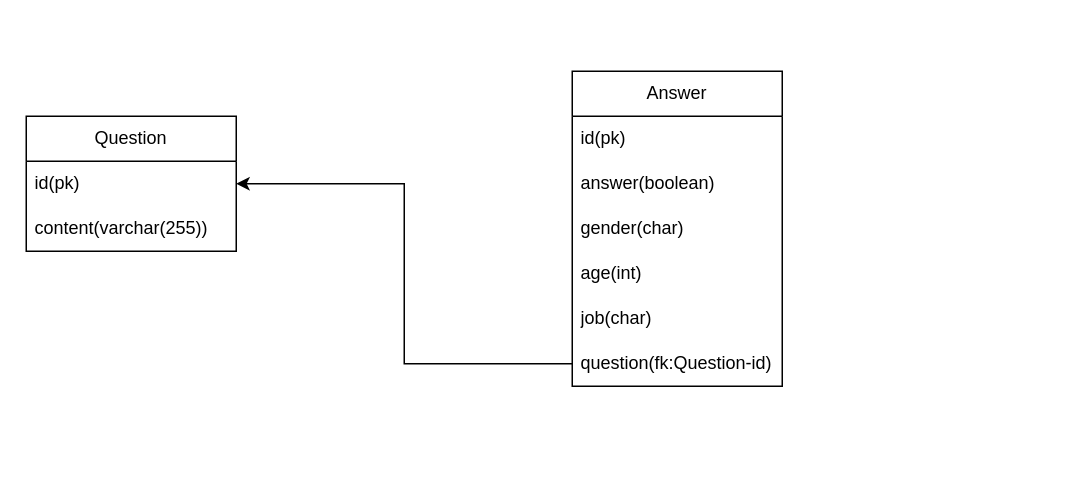
Earlier version of the draw.io diagram miniproject.drawio (Meoyoug/miniproject1). Source tidied: cells renumbered, new cells numbered last; positions are measured from the earlier drawing's top-left corner, leaving out a move shared by most shapes. Both pictures are drawn from the tidied source at 150%, with x=0, y=0 at pixel (26, 70).
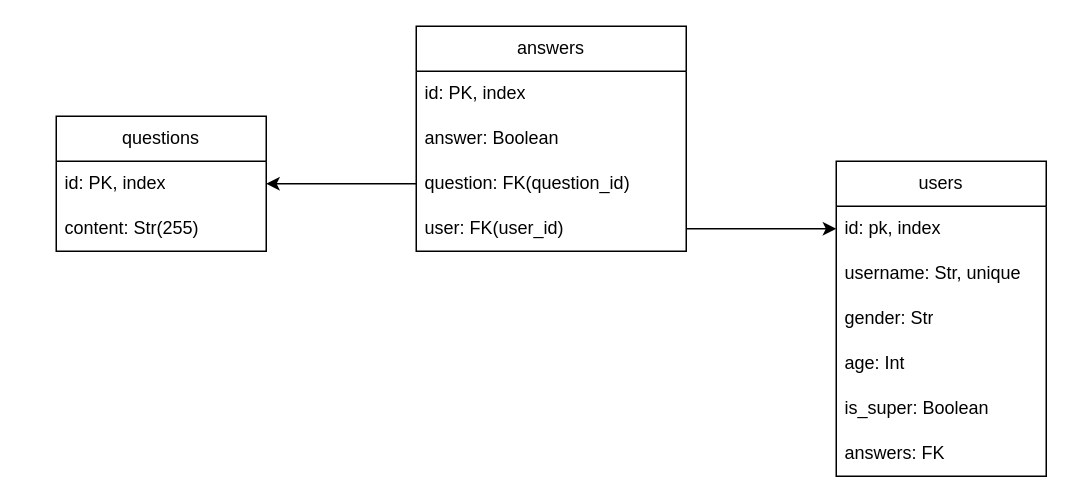
After the change.

What changed in the source:
```diff
@@
 <mxGraphModel>
   <root>
     <mxCell id="0" />
     <mxCell id="1" parent="0" />
-    <mxCell id="2" value="Question" style="swimlane;fontStyle=0;horizontal=1;startSize=30;whiteSpace=wrap;html=1;" parent="1" vertex="1">
-      <mxGeometry y="30" width="140" height="90" as="geometry" />
+    <mxCell id="2" value="questions" style="swimlane;fontStyle=0;horizontal=1;startSize=30;whiteSpace=wrap;html=1;" parent="1" vertex="1">
+      <mxGeometry x="20" y="30" width="140" height="90" as="geometry" />
     </mxCell>
-    <mxCell id="3" value="id(pk)" style="text;strokeColor=none;fillColor=none;align=left;verticalAlign=middle;spacingLeft=4;spacingRight=4;overflow=hidden;points=[[0,0.5],[1,0.5]];portConstraint=eastwest;whiteSpace=wrap;html=1;" parent="2" vertex="1">
+    <mxCell id="3" value="id: PK, index" style="text;strokeColor=none;fillColor=none;align=left;verticalAlign=middle;spacingLeft=4;spacingRight=4;overflow=hidden;points=[[0,0.5],[1,0.5]];portConstraint=eastwest;whiteSpace=wrap;html=1;" parent="2" vertex="1">
       <mxGeometry y="30" width="140" height="30" as="geometry" />
     </mxCell>
-    <mxCell id="4" value="content(varchar(255))" style="text;strokeColor=none;fillColor=none;align=left;verticalAlign=middle;spacingLeft=4;spacingRight=4;overflow=hidden;whiteSpace=wrap;html=1;" parent="2" vertex="1">
+    <mxCell id="4" value="content: Str(255)" style="text;strokeColor=none;fillColor=none;align=left;verticalAlign=middle;spacingLeft=4;spacingRight=4;overflow=hidden;whiteSpace=wrap;html=1;" parent="2" vertex="1">
       <mxGeometry y="60" width="140" height="30" as="geometry" />
     </mxCell>
-    <mxCell id="5" value="Answer" style="swimlane;fontStyle=0;horizontal=1;startSize=30;whiteSpace=wrap;html=1;" parent="1" vertex="1">
-      <mxGeometry x="364" width="140" height="210" as="geometry" />
+    <mxCell id="5" value="answers" style="swimlane;fontStyle=0;horizontal=1;startSize=30;whiteSpace=wrap;html=1;" parent="1" vertex="1">
+      <mxGeometry x="260" y="-30" width="180" height="150" as="geometry" />
     </mxCell>
-    <mxCell id="6" value="id(pk)" style="text;strokeColor=none;fillColor=none;align=left;verticalAlign=middle;spacingLeft=4;spacingRight=4;overflow=hidden;whiteSpace=wrap;html=1;" parent="5" vertex="1">
-      <mxGeometry y="30" width="140" height="30" as="geometry" />
+    <mxCell id="6" value="id: PK, index" style="text;strokeColor=none;fillColor=none;align=left;verticalAlign=middle;spacingLeft=4;spacingRight=4;overflow=hidden;whiteSpace=wrap;html=1;" parent="5" vertex="1">
+      <mxGeometry y="30" width="180" height="30" as="geometry" />
     </mxCell>
-    <mxCell id="7" value="answer(boolean)" style="text;strokeColor=none;fillColor=none;align=left;verticalAlign=middle;spacingLeft=4;spacingRight=4;overflow=hidden;whiteSpace=wrap;html=1;" parent="5" vertex="1">
-      <mxGeometry y="60" width="140" height="30" as="geometry" />
+    <mxCell id="7" value="answer: Boolean" style="text;strokeColor=none;fillColor=none;align=left;verticalAlign=middle;spacingLeft=4;spacingRight=4;overflow=hidden;whiteSpace=wrap;html=1;" parent="5" vertex="1">
+      <mxGeometry y="60" width="180" height="30" as="geometry" />
     </mxCell>
-    <mxCell id="8" value="gender(char)" style="text;strokeColor=none;fillColor=none;align=left;verticalAlign=middle;spacingLeft=4;spacingRight=4;overflow=hidden;whiteSpace=wrap;html=1;" parent="5" vertex="1">
-      <mxGeometry y="90" width="140" height="30" as="geometry" />
-    </mxCell>
-    <mxCell id="9" value="age(int)" style="text;strokeColor=none;fillColor=none;align=left;verticalAlign=middle;spacingLeft=4;spacingRight=4;overflow=hidden;whiteSpace=wrap;html=1;" parent="5" vertex="1">
-      <mxGeometry y="120" width="140" height="30" as="geometry" />
-    </mxCell>
-    <mxCell id="10" value="job(char)" style="text;strokeColor=none;fillColor=none;align=left;verticalAlign=middle;spacingLeft=4;spacingRight=4;overflow=hidden;whiteSpace=wrap;html=1;" parent="5" vertex="1">
-      <mxGeometry y="150" width="140" height="30" as="geometry" />
-    </mxCell>
-    <mxCell id="11" value="question(fk:Question-id)" style="text;strokeColor=none;fillColor=none;align=left;verticalAlign=middle;spacingLeft=4;spacingRight=4;overflow=hidden;points=[[0,0.5],[1,0.5]];portConstraint=eastwest;whiteSpace=wrap;html=1;" parent="5" vertex="1">
-      <mxGeometry y="180" width="140" height="30" as="geometry" />
+    <mxCell id="11" value="question: FK(question_id)" style="text;strokeColor=none;fillColor=none;align=left;verticalAlign=middle;spacingLeft=4;spacingRight=4;overflow=hidden;points=[[0,0.5],[1,0.5]];portConstraint=eastwest;whiteSpace=wrap;html=1;" parent="5" vertex="1">
+      <mxGeometry y="90" width="180" height="30" as="geometry" />
     </mxCell>
+    <mxCell id="13" value="user: FK(user_id)" style="text;strokeColor=none;fillColor=none;align=left;verticalAlign=middle;spacingLeft=4;spacingRight=4;overflow=hidden;points=[[0,0.5],[1,0.5]];portConstraint=eastwest;whiteSpace=wrap;html=1;" parent="5" vertex="1">
+      <mxGeometry y="120" width="180" height="30" as="geometry" />
+    </mxCell>
     <mxCell id="12" style="edgeStyle=orthogonalEdgeStyle;rounded=0;jettySize=auto;html=1;exitX=0;exitY=0.5;exitDx=0;exitDy=0;entryX=1;entryY=0.5;entryDx=0;entryDy=0;" parent="1" edge="1" source="11" target="3">
       <mxGeometry relative="1" as="geometry" />
     </mxCell>
+    <mxCell id="14" value="users" style="swimlane;fontStyle=0;horizontal=1;startSize=30;whiteSpace=wrap;html=1;" parent="1" vertex="1">
+      <mxGeometry x="540" y="60" width="140" height="210" as="geometry" />
+    </mxCell>
+    <mxCell id="15" value="id: pk, index" style="text;strokeColor=none;fillColor=none;align=left;verticalAlign=middle;spacingLeft=4;spacingRight=4;overflow=hidden;points=[[0,0.5],[1,0.5]];portConstraint=eastwest;whiteSpace=wrap;html=1;" parent="14" vertex="1">
+      <mxGeometry y="30" width="140" height="30" as="geometry" />
+    </mxCell>
+    <mxCell id="16" value="username: Str, unique" style="text;strokeColor=none;fillColor=none;align=left;verticalAlign=middle;spacingLeft=4;spacingRight=4;overflow=hidden;whiteSpace=wrap;html=1;" parent="14" vertex="1">
+      <mxGeometry y="60" width="140" height="30" as="geometry" />
+    </mxCell>
+    <mxCell id="17" value="gender: Str" style="text;strokeColor=none;fillColor=none;align=left;verticalAlign=middle;spacingLeft=4;spacingRight=4;overflow=hidden;whiteSpace=wrap;html=1;" parent="14" vertex="1">
+      <mxGeometry y="90" width="140" height="30" as="geometry" />
+    </mxCell>
+    <mxCell id="18" value="age: Int" style="text;strokeColor=none;fillColor=none;align=left;verticalAlign=middle;spacingLeft=4;spacingRight=4;overflow=hidden;whiteSpace=wrap;html=1;" parent="14" vertex="1">
+      <mxGeometry y="120" width="140" height="30" as="geometry" />
+    </mxCell>
+    <mxCell id="19" value="is_super: Boolean" style="text;strokeColor=none;fillColor=none;align=left;verticalAlign=middle;spacingLeft=4;spacingRight=4;overflow=hidden;whiteSpace=wrap;html=1;" parent="14" vertex="1">
+      <mxGeometry y="150" width="140" height="30" as="geometry" />
+    </mxCell>
+    <mxCell id="20" value="answers: FK" style="text;strokeColor=none;fillColor=none;align=left;verticalAlign=middle;spacingLeft=4;spacingRight=4;overflow=hidden;whiteSpace=wrap;html=1;" parent="14" vertex="1">
+      <mxGeometry y="180" width="140" height="30" as="geometry" />
+    </mxCell>
+    <mxCell id="21" style="edgeStyle=orthogonalEdgeStyle;rounded=0;jettySize=auto;html=1;exitX=1;exitY=0.5;exitDx=0;exitDy=0;entryX=0;entryY=0.5;entryDx=0;entryDy=0;" parent="1" edge="1" source="13" target="15">
+      <mxGeometry relative="1" as="geometry" />
+    </mxCell>
   </root>
 </mxGraphModel>
```
